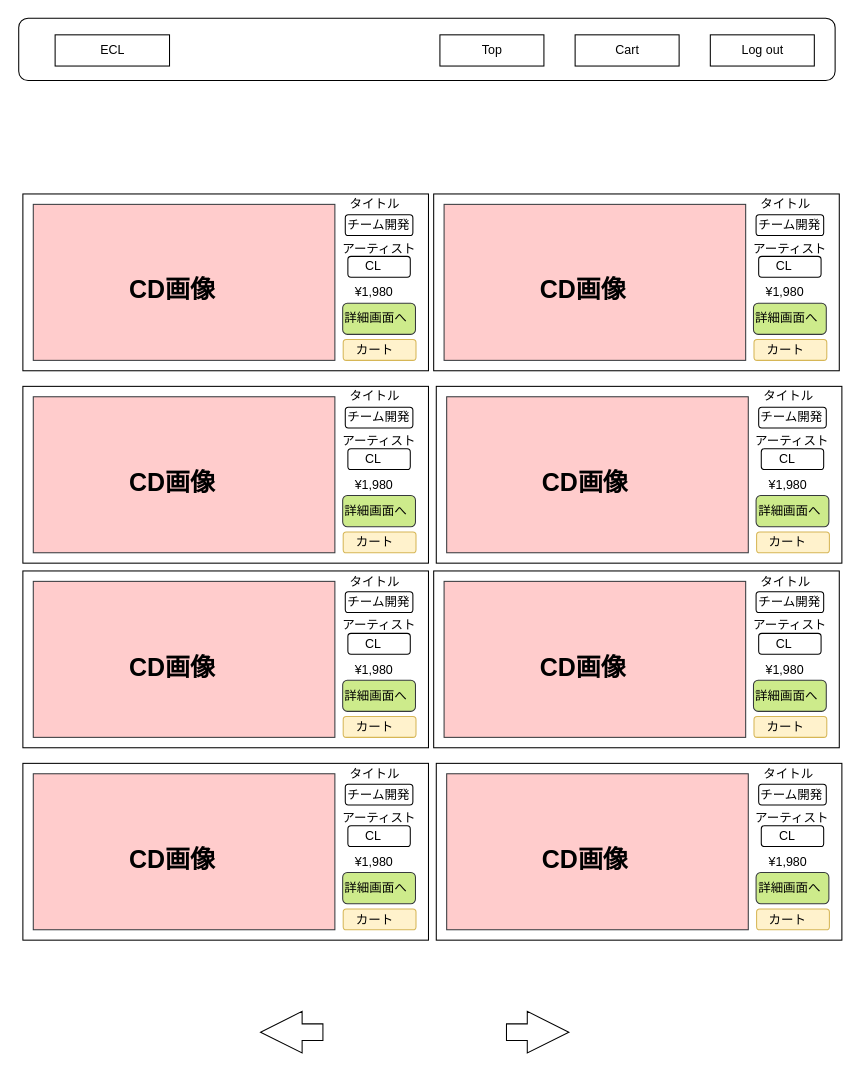
ecl11/ECL keeps this draw.io diagram as ワイヤーフレーム/user/user_item_list.drawio. Above is the earlier version. Source tidied: cells renumbered, new cells numbered last; positions are measured from the earlier drawing's top-left corner, leaving out a move shared by most shapes. Both pictures are drawn from the tidied source at 104%, with x=0, y=0 at pixel (19, 18).
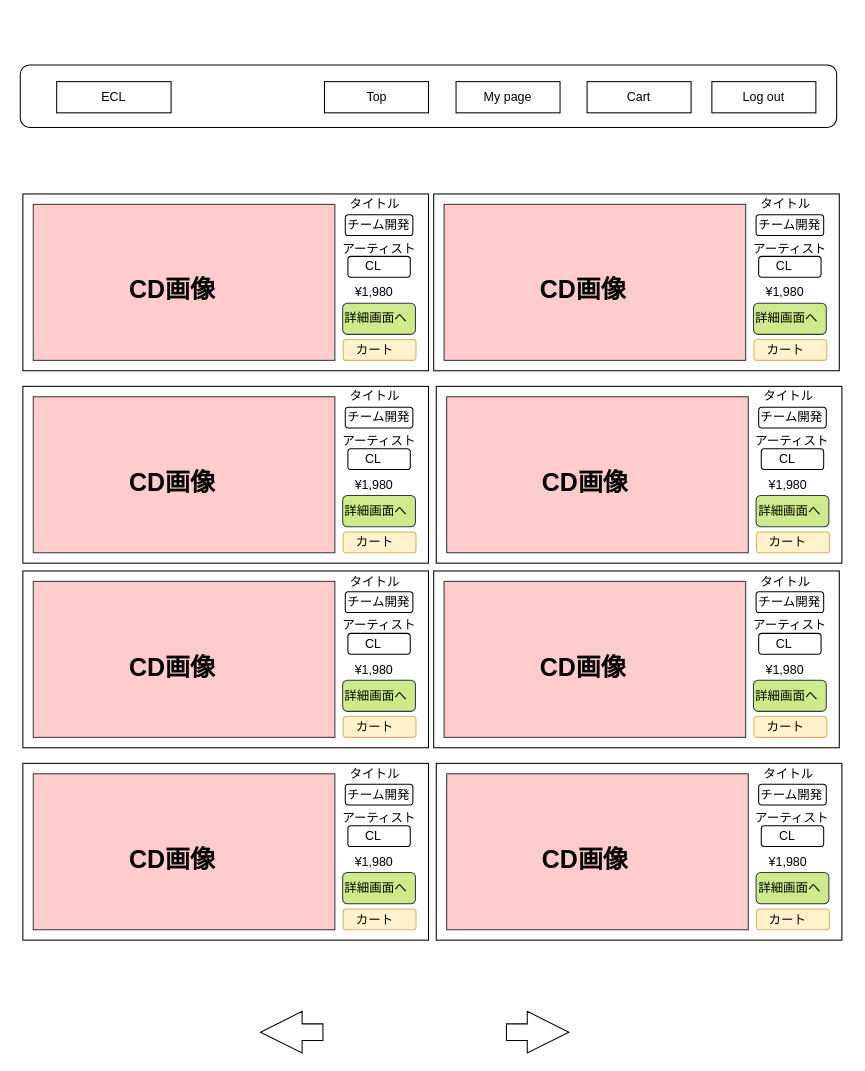
The same page after the edit.

The edit, as a diff of the source:
```diff
@@
-    <mxCell id="106" style="rounded=1;whiteSpace=wrap;html=1;" parent="1" vertex="1">
-      <mxGeometry x="-0.5" width="785" height="60" as="geometry" />
-    </mxCell>
+    <mxCell id="111" style="html=1;shadow=0;dashed=0;align=center;verticalAlign=middle;shape=mxgraph.arrows2.arrow;dy=0.6;dx=40;notch=0;" parent="1" vertex="1">
+      <mxGeometry x="468.5" y="955" width="60" height="40" as="geometry" />
+    </mxCell>
+    <mxCell id="112" style="html=1;shadow=0;dashed=0;align=center;verticalAlign=middle;shape=mxgraph.arrows2.arrow;dy=0.6;dx=40;notch=0;rotation=180;" parent="1" vertex="1">
+      <mxGeometry x="232" y="955" width="60" height="40" as="geometry" />
+    </mxCell>
+    <mxCell id="113" style="rounded=1;whiteSpace=wrap;html=1;" parent="1" vertex="1">
+      <mxGeometry x="1" y="45" width="785" height="60" as="geometry" />
+    </mxCell>
     <mxCell id="107" value="ECL" style="rounded=0;whiteSpace=wrap;html=1;" parent="1" vertex="1">
-      <mxGeometry x="34.5" y="16" width="110" height="30" as="geometry" />
+      <mxGeometry x="36" y="61" width="110" height="30" as="geometry" />
     </mxCell>
     <mxCell id="108" value="Top" style="rounded=0;whiteSpace=wrap;html=1;" parent="1" vertex="1">
-      <mxGeometry x="404.5" y="16" width="100" height="30" as="geometry" />
+      <mxGeometry x="293.5" y="61" width="100" height="30" as="geometry" />
     </mxCell>
     <mxCell id="109" value="Cart" style="rounded=0;whiteSpace=wrap;html=1;" parent="1" vertex="1">
-      <mxGeometry x="534.5" y="16" width="100" height="30" as="geometry" />
+      <mxGeometry x="546" y="61" width="100" height="30" as="geometry" />
     </mxCell>
     <mxCell id="110" value="Log out" style="rounded=0;whiteSpace=wrap;html=1;" parent="1" vertex="1">
-      <mxGeometry x="664.5" y="16" width="100" height="30" as="geometry" />
+      <mxGeometry x="666" y="61" width="100" height="30" as="geometry" />
     </mxCell>
-    <mxCell id="111" style="html=1;shadow=0;dashed=0;align=center;verticalAlign=middle;shape=mxgraph.arrows2.arrow;dy=0.6;dx=40;notch=0;" parent="1" vertex="1">
-      <mxGeometry x="468.5" y="955" width="60" height="40" as="geometry" />
-    </mxCell>
-    <mxCell id="112" style="html=1;shadow=0;dashed=0;align=center;verticalAlign=middle;shape=mxgraph.arrows2.arrow;dy=0.6;dx=40;notch=0;rotation=180;" parent="1" vertex="1">
-      <mxGeometry x="232" y="955" width="60" height="40" as="geometry" />
-    </mxCell>
+    <mxCell id="114" value="My page" style="rounded=0;whiteSpace=wrap;html=1;" parent="1" vertex="1">
+      <mxGeometry x="420" y="61" width="100" height="30" as="geometry" />
+    </mxCell>
```
